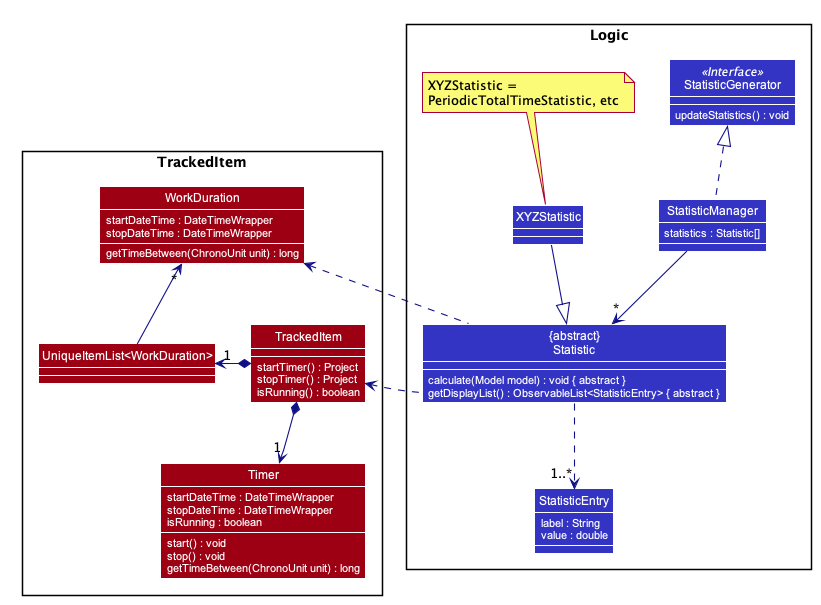
Earlier version of the PlantUML export docs/images/TimerDurationClassDiagram.png (pr4aveen/tp).
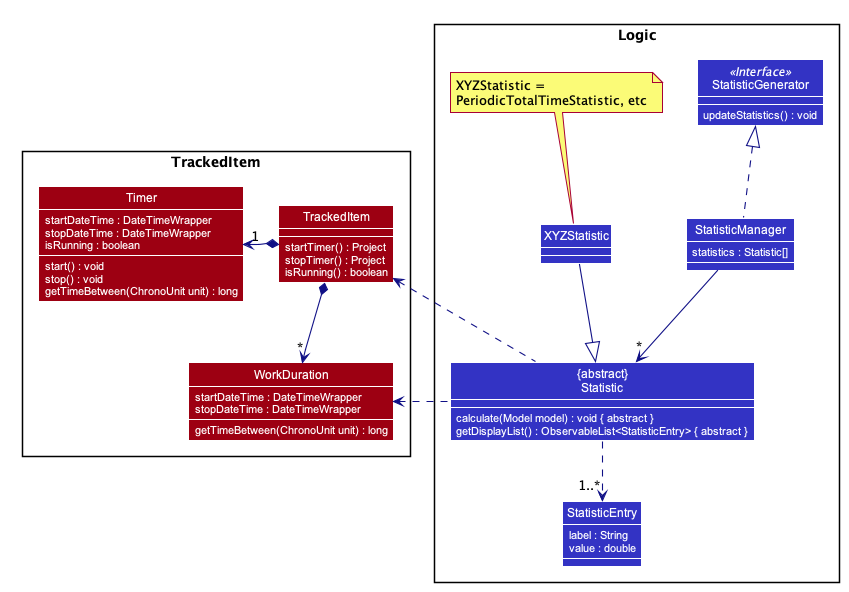
The same diagram one commit later.

Change to the diagram source:
```diff
@@ -76,7 +76,6 @@
     stop() : void
     getTimeBetween(ChronoUnit unit) : long
 }
-Class "UniqueItemList<WorkDuration>" #9D0012
 Class WorkDuration #9D0012 {
     startDateTime : DateTimeWrapper
     stopDateTime : DateTimeWrapper
@@ -112,9 +111,9 @@
 Statistic ..> "1..*" StatisticEntry
 XYZStatistic --|> Statistic
 
-TrackedItem *-left-> "1" "UniqueItemList<WorkDuration>"
-TrackedItem *--> "1" Timer
-"UniqueItemList<WorkDuration>" -up-> "*" WorkDuration
+TrackedItem *-down-> "*" WorkDuration
+TrackedItem *-left-> "1" Timer
+WorkDuration -[hidden]left-> Timer
 
 Statistic .left.> TrackedItem
 Statistic .left.> WorkDuration
```
